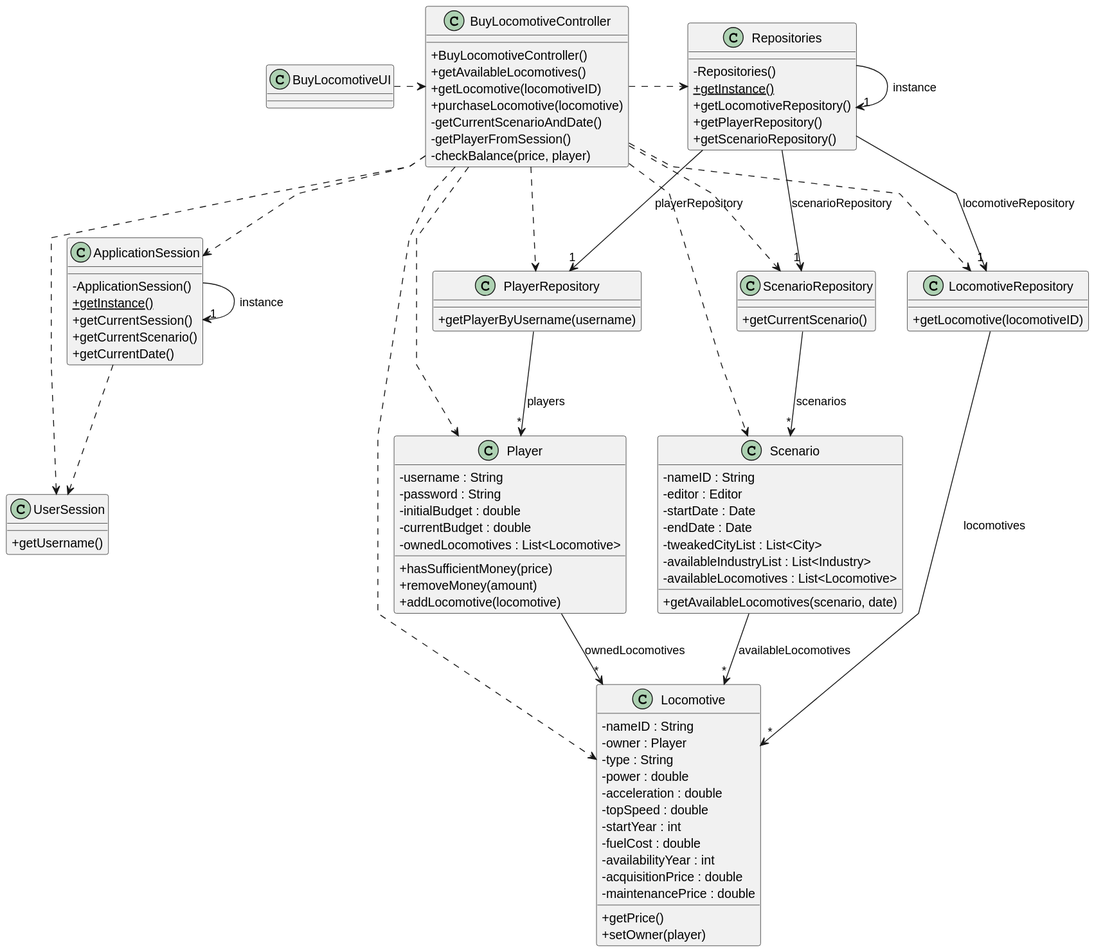
This is docs/system-documentation/Sprint 2/US09/03.design/svg/US09-CD.svg from HenriqueSilva18/Railway-Network-Simulator, a PlantUML export, as it was before one commit.
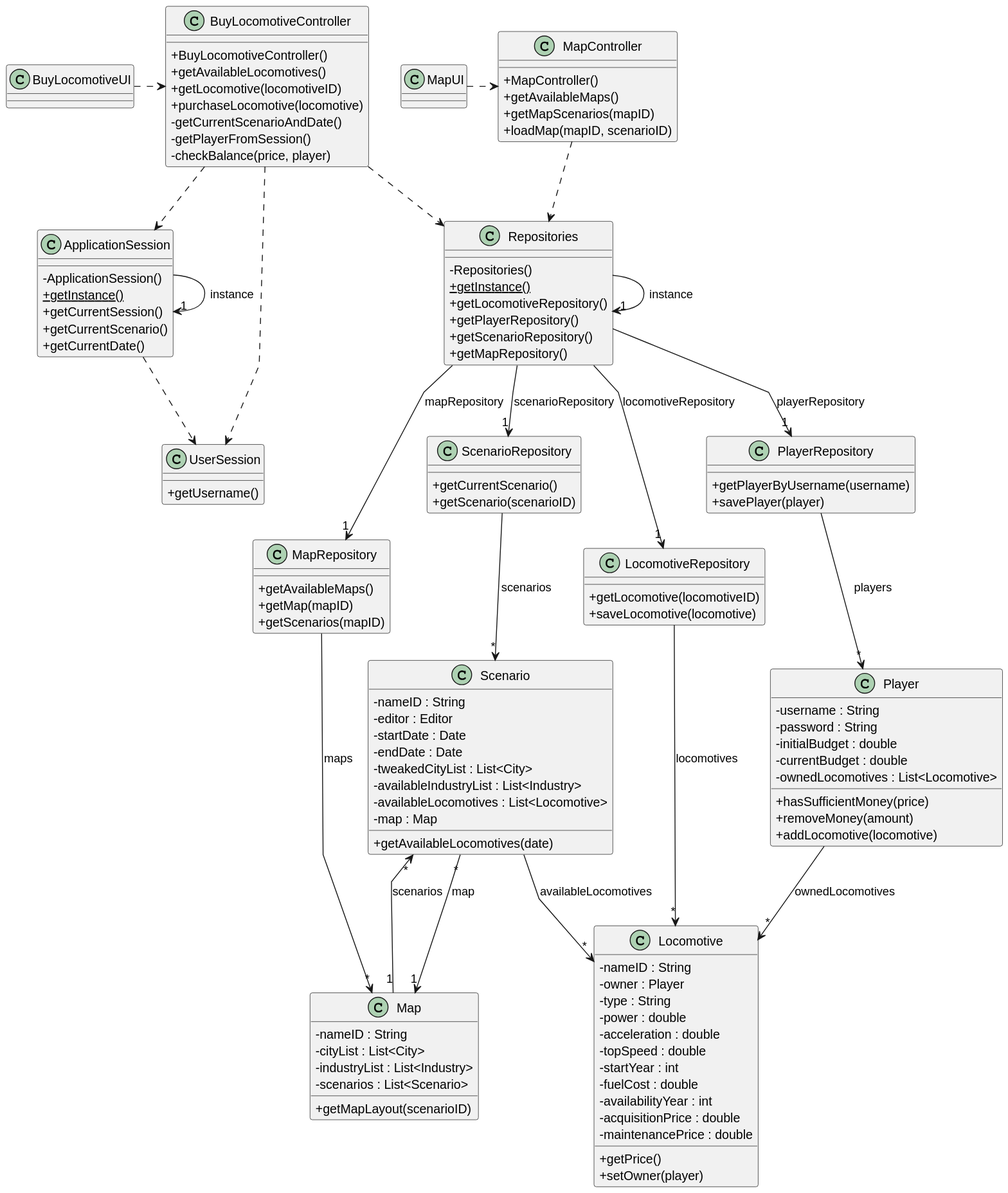
The same diagram one commit later.

The edit, as a diff of the source:
```diff
@@ -30,6 +30,15 @@
     + addLocomotive(locomotive)
 }
 
+class Map {
+    - nameID : String
+    - cityList : List<City>
+    - industryList : List<Industry>
+    - scenarios : List<Scenario>
+
+    + getMapLayout(scenarioID)
+}
+
 class Locomotive {
     - nameID : String
     - owner : Player
@@ -55,20 +64,30 @@
     - tweakedCityList : List<City>
     - availableIndustryList : List<Industry>
     - availableLocomotives : List<Locomotive>
+    - map : Map
 
-    + getAvailableLocomotives(scenario, date)
+    + getAvailableLocomotives(date)
 }
 
 class LocomotiveRepository {
     + getLocomotive(locomotiveID)
+    + saveLocomotive(locomotive)
 }
 
 class PlayerRepository {
     + getPlayerByUsername(username)
+    + savePlayer(player)
 }
 
 class ScenarioRepository {
     + getCurrentScenario()
+    + getScenario(scenarioID)
+}
+
+class MapRepository {
+    + getAvailableMaps()
+    + getMap(mapID)
+    + getScenarios(mapID)
 }
 
 class Repositories {
@@ -77,6 +96,7 @@
     + getLocomotiveRepository()
     + getPlayerRepository()
     + getScenarioRepository()
+    + getMapRepository()
 }
 
 class BuyLocomotiveController {
@@ -89,25 +109,33 @@
     - checkBalance(price, player)
 }
 
+class MapController {
+    + MapController()
+    + getAvailableMaps()
+    + getMapScenarios(mapID)
+    + loadMap(mapID, scenarioID)
+}
+
 class BuyLocomotiveUI {
 }
 
+class MapUI {
+}
+
 BuyLocomotiveUI .> BuyLocomotiveController
+MapUI .> MapController
 
 BuyLocomotiveController ..> ApplicationSession
 BuyLocomotiveController ..> UserSession
-BuyLocomotiveController ..> Locomotive
-BuyLocomotiveController ..> LocomotiveRepository
-BuyLocomotiveController ..> Player
-BuyLocomotiveController ..> PlayerRepository
-BuyLocomotiveController ..> Scenario
-BuyLocomotiveController ..> ScenarioRepository
-BuyLocomotiveController .> Repositories
+BuyLocomotiveController ..> Repositories
+
+MapController ..> Repositories
 
 Repositories -> "1" Repositories : instance
 Repositories --> "1" LocomotiveRepository : locomotiveRepository
 Repositories --> "1" PlayerRepository : playerRepository
 Repositories --> "1" ScenarioRepository : scenarioRepository
+Repositories --> "1" MapRepository : mapRepository
 
 ApplicationSession -> "1" ApplicationSession : instance
 ApplicationSession ..> UserSession
@@ -115,7 +143,10 @@
 LocomotiveRepository --> "*" Locomotive : locomotives
 PlayerRepository --> "*" Player : players
 ScenarioRepository --> "*" Scenario : scenarios
+MapRepository --> "*" Map : maps
 
 Player --> "*" Locomotive : ownedLocomotives
 Scenario --> "*" Locomotive : availableLocomotives
+Map "1" --> "*" Scenario : scenarios
+Scenario "*" --> "1" Map : map
 @enduml
```
